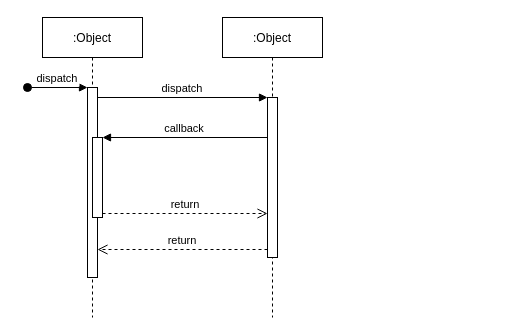
The draw.io diagram 未命名绘图.drawio in feiniao111/gallery, before the edit. Source tidied: cells renumbered, new cells numbered last; positions are measured from the earlier drawing's top-left corner, leaving out a move shared by most shapes. Both pictures are drawn from the tidied source at 100%, with x=0, y=0 at pixel (27, 17).
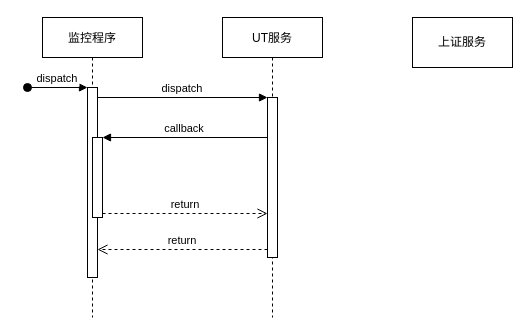
Above is the later version.

Commit message:
更新未命名绘图.drawio

Diff of the diagram source:
```diff
@@
 <mxGraphModel>
   <root>
     <mxCell id="0" />
     <mxCell id="1" parent="0" />
-    <mxCell id="2" value=":Object" style="shape=umlLifeline;perimeter=lifelinePerimeter;rounded=0;shadow=0;strokeWidth=1;" parent="1" vertex="1">
+    <mxCell id="2" value="监控程序" style="shape=umlLifeline;perimeter=lifelinePerimeter;rounded=0;shadow=0;strokeWidth=1;" parent="1" vertex="1">
       <mxGeometry x="15" width="100" height="300" as="geometry" />
     </mxCell>
     <mxCell id="3" style="points=[];perimeter=orthogonalPerimeter;rounded=0;shadow=0;strokeWidth=1;" parent="2" vertex="1">
       <mxGeometry x="45" y="70" width="10" height="190" as="geometry" />
     </mxCell>
     <mxCell id="4" value="dispatch" style="verticalAlign=bottom;startArrow=oval;endArrow=block;startSize=8;shadow=0;strokeWidth=1;" parent="2" edge="1" target="3">
       <mxGeometry relative="1" as="geometry">
         <mxPoint x="-15" y="70" as="sourcePoint" />
       </mxGeometry>
     </mxCell>
     <mxCell id="5" style="points=[];perimeter=orthogonalPerimeter;rounded=0;shadow=0;strokeWidth=1;" parent="2" vertex="1">
       <mxGeometry x="50" y="120" width="10" height="80" as="geometry" />
     </mxCell>
-    <mxCell id="6" value=":Object" style="shape=umlLifeline;perimeter=lifelinePerimeter;rounded=0;shadow=0;strokeWidth=1;" parent="1" vertex="1">
+    <mxCell id="6" value="UT服务" style="shape=umlLifeline;perimeter=lifelinePerimeter;rounded=0;shadow=0;strokeWidth=1;" parent="1" vertex="1">
       <mxGeometry x="195" width="100" height="300" as="geometry" />
     </mxCell>
     <mxCell id="7" style="points=[];perimeter=orthogonalPerimeter;rounded=0;shadow=0;strokeWidth=1;" parent="6" vertex="1">
       <mxGeometry x="45" y="80" width="10" height="160" as="geometry" />
     </mxCell>
     <mxCell id="8" value="return" style="verticalAlign=bottom;endArrow=open;dashed=1;endSize=8;exitX=0;exitY=0.95;shadow=0;strokeWidth=1;" parent="1" edge="1" source="7" target="3">
       <mxGeometry relative="1" as="geometry" />
     </mxCell>
     <mxCell id="9" value="dispatch" style="verticalAlign=bottom;endArrow=block;entryX=0;entryY=0;shadow=0;strokeWidth=1;" parent="1" edge="1" source="3" target="7">
       <mxGeometry relative="1" as="geometry" />
     </mxCell>
     <mxCell id="10" value="callback" style="verticalAlign=bottom;endArrow=block;entryX=1;entryY=0;shadow=0;strokeWidth=1;" parent="1" edge="1" source="7" target="5">
       <mxGeometry relative="1" as="geometry" />
     </mxCell>
     <mxCell id="11" value="return" style="verticalAlign=bottom;endArrow=open;dashed=1;endSize=8;exitX=1;exitY=0.95;shadow=0;strokeWidth=1;" parent="1" edge="1" source="5" target="7">
       <mxGeometry relative="1" as="geometry" />
     </mxCell>
+    <mxCell id="12" value="上证服务" style="rounded=0;whiteSpace=wrap;html=1;" parent="1" vertex="1">
+      <mxGeometry x="385" width="100" height="50" as="geometry" />
+    </mxCell>
   </root>
 </mxGraphModel>
```
